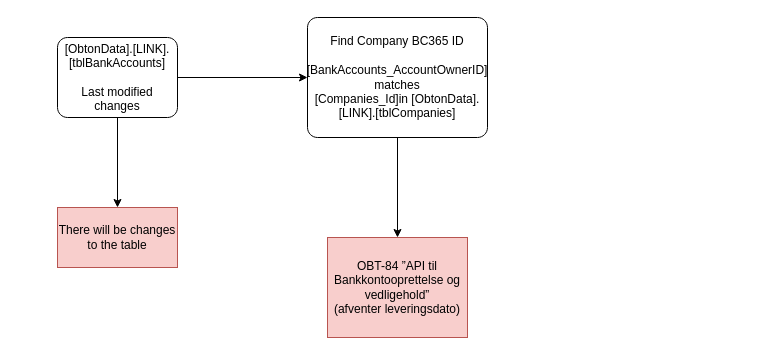
Earlier version of the draw.io diagram page "Upsert BankAccount" (5 of 7) of bc365.drawio (enkopvand/enterprise-architecture). Source tidied: cells renumbered, new cells numbered last; positions are measured from the earlier drawing's top-left corner, leaving out a move shared by most shapes. Both pictures are drawn from the tidied source at 100%, with x=0, y=0 at pixel (57, 17).
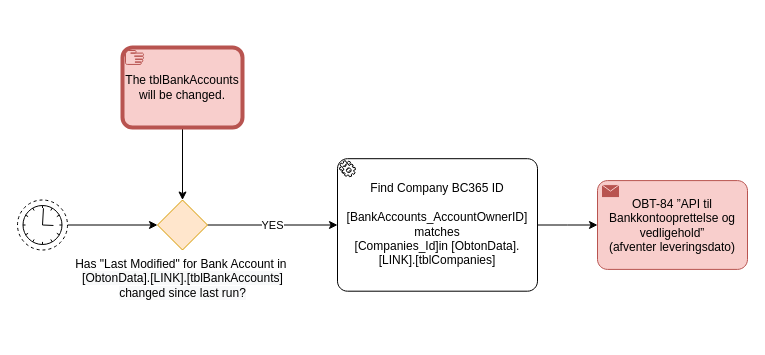
The same diagram, later.

Diff of the diagram source:
```diff
@@
 <mxGraphModel>
   <root>
     <mxCell id="0" />
     <mxCell id="1" parent="0" />
-    <mxCell id="2" style="edgeStyle=orthogonalEdgeStyle;rounded=0;jettySize=auto;html=1;" parent="1" edge="1" source="4" target="6">
-      <mxGeometry relative="1" as="geometry" />
-    </mxCell>
-    <mxCell id="3" style="edgeStyle=orthogonalEdgeStyle;rounded=0;jettySize=auto;html=1;" parent="1" edge="1" source="4" target="7">
-      <mxGeometry relative="1" as="geometry" />
-    </mxCell>
-    <mxCell id="4" value="[ObtonData].[LINK].[tblBankAccounts]&#10;&#10;Last modified changes" style="points=[[0.25,0,0],[0.5,0,0],[0.75,0,0],[1,0.25,0],[1,0.5,0],[1,0.75,0],[0.75,1,0],[0.5,1,0],[0.25,1,0],[0,0.75,0],[0,0.5,0],[0,0.25,0]];shape=mxgraph.bpmn.task;whiteSpace=wrap;rectStyle=rounded;size=10;taskMarker=abstract;" parent="1" vertex="1">
-      <mxGeometry y="20" width="120" height="80" as="geometry" />
-    </mxCell>
+    <mxCell id="9" value="YES" style="edgeStyle=orthogonalEdgeStyle;rounded=0;jettySize=auto;html=1;" parent="1" edge="1" source="10" target="6">
+      <mxGeometry relative="1" as="geometry" />
+    </mxCell>
+    <mxCell id="10" value="Has &quot;Last Modified&quot; for Bank Account in&amp;nbsp;&lt;br&gt;&lt;span style=&quot;background-color: rgb(248, 249, 250);&quot;&gt;[ObtonData].[LINK].[tblBankAccounts]&lt;/span&gt;&lt;span style=&quot;background-color: rgb(248, 249, 250);&quot;&gt;&lt;br&gt;changed since last run?&lt;br&gt;&lt;/span&gt;" style="points=[[0.25,0.25,0],[0.5,0,0],[0.75,0.25,0],[1,0.5,0],[0.75,0.75,0],[0.5,1,0],[0.25,0.75,0],[0,0.5,0]];shape=mxgraph.bpmn.gateway2;html=1;verticalLabelPosition=bottom;labelBackgroundColor=#ffffff;verticalAlign=top;align=center;perimeter=rhombusPerimeter;outlineConnect=0;outline=none;symbol=none;fillColor=#ffe6cc;strokeColor=#d79b00;" parent="1" vertex="1">
+      <mxGeometry x="100" y="182.5" width="50" height="50" as="geometry" />
+    </mxCell>
+    <mxCell id="11" style="edgeStyle=orthogonalEdgeStyle;rounded=0;jettySize=auto;html=1;entryX=0.5;entryY=0;entryDx=0;entryDy=0;entryPerimeter=0;" parent="1" edge="1" source="12" target="10">
+      <mxGeometry relative="1" as="geometry" />
+    </mxCell>
+    <mxCell id="12" value="The tblBankAccounts will be changed." style="points=[[0.25,0,0],[0.5,0,0],[0.75,0,0],[1,0.25,0],[1,0.5,0],[1,0.75,0],[0.75,1,0],[0.5,1,0],[0.25,1,0],[0,0.75,0],[0,0.5,0],[0,0.25,0]];shape=mxgraph.bpmn.task;whiteSpace=wrap;rectStyle=rounded;size=10;bpmnShapeType=call;taskMarker=manual;fillColor=#f8cecc;strokeColor=#b85450;" parent="1" vertex="1">
+      <mxGeometry x="65" y="30" width="120" height="80" as="geometry" />
+    </mxCell>
+    <mxCell id="13" style="edgeStyle=orthogonalEdgeStyle;rounded=0;jettySize=auto;html=1;entryX=0;entryY=0.5;entryDx=0;entryDy=0;entryPerimeter=0;" parent="1" edge="1" source="14" target="10">
+      <mxGeometry relative="1" as="geometry" />
+    </mxCell>
+    <mxCell id="14" style="points=[[0.145,0.145,0],[0.5,0,0],[0.855,0.145,0],[1,0.5,0],[0.855,0.855,0],[0.5,1,0],[0.145,0.855,0],[0,0.5,0]];shape=mxgraph.bpmn.event;html=1;verticalLabelPosition=bottom;labelBackgroundColor=#ffffff;verticalAlign=top;align=center;perimeter=ellipsePerimeter;outlineConnect=0;outline=eventNonint;symbol=timer;" parent="1" vertex="1">
+      <mxGeometry x="-40" y="182.5" width="50" height="50" as="geometry" />
+    </mxCell>
     <mxCell id="5" style="edgeStyle=orthogonalEdgeStyle;rounded=0;jettySize=auto;html=1;" parent="1" edge="1" source="6" target="8">
       <mxGeometry relative="1" as="geometry" />
     </mxCell>
-    <mxCell id="6" value="Find Company BC365 ID&#10;&#10;[BankAccounts_AccountOwnerID] matches [Companies_Id]in [ObtonData].[LINK].[tblCompanies]" style="points=[[0.25,0,0],[0.5,0,0],[0.75,0,0],[1,0.25,0],[1,0.5,0],[1,0.75,0],[0.75,1,0],[0.5,1,0],[0.25,1,0],[0,0.75,0],[0,0.5,0],[0,0.25,0]];shape=mxgraph.bpmn.task;whiteSpace=wrap;rectStyle=rounded;size=10;taskMarker=abstract;" parent="1" vertex="1">
-      <mxGeometry x="250" width="180" height="120" as="geometry" />
+    <mxCell id="6" value="Find Company BC365 ID&#10;&#10;[BankAccounts_AccountOwnerID] matches [Companies_Id]in [ObtonData].[LINK].[tblCompanies]" style="points=[[0.25,0,0],[0.5,0,0],[0.75,0,0],[1,0.25,0],[1,0.5,0],[1,0.75,0],[0.75,1,0],[0.5,1,0],[0.25,1,0],[0,0.75,0],[0,0.5,0],[0,0.25,0]];shape=mxgraph.bpmn.task;whiteSpace=wrap;rectStyle=rounded;size=10;taskMarker=service;" parent="1" vertex="1">
+      <mxGeometry x="280" y="141.2" width="200" height="132.5" as="geometry" />
     </mxCell>
-    <mxCell id="7" value="There will be changes to the table" style="whiteSpace=wrap;html=1;fillColor=#f8cecc;strokeColor=#b85450;" parent="1" vertex="1">
-      <mxGeometry y="190" width="120" height="60" as="geometry" />
-    </mxCell>
-    <mxCell id="8" value="&lt;p class=&quot;MsoNormal&quot;&gt;OBT-84 ”API til Bankkontooprettelse og vedligehold”&lt;br/&gt;(afventer leveringsdato)&lt;/p&gt;" style="whiteSpace=wrap;html=1;fillColor=#f8cecc;strokeColor=#b85450;" parent="1" vertex="1">
-      <mxGeometry x="270" y="220" width="140" height="100" as="geometry" />
+    <mxCell id="8" value="OBT-84 ”API til Bankkontooprettelse og vedligehold”&#10;(afventer leveringsdato)" style="points=[[0.25,0,0],[0.5,0,0],[0.75,0,0],[1,0.25,0],[1,0.5,0],[1,0.75,0],[0.75,1,0],[0.5,1,0],[0.25,1,0],[0,0.75,0],[0,0.5,0],[0,0.25,0]];shape=mxgraph.bpmn.task;whiteSpace=wrap;rectStyle=rounded;size=10;taskMarker=send;fillColor=#f8cecc;strokeColor=#b85450;" parent="1" vertex="1">
+      <mxGeometry x="540" y="163.1" width="150" height="88.8" as="geometry" />
     </mxCell>
   </root>
 </mxGraphModel>
```
